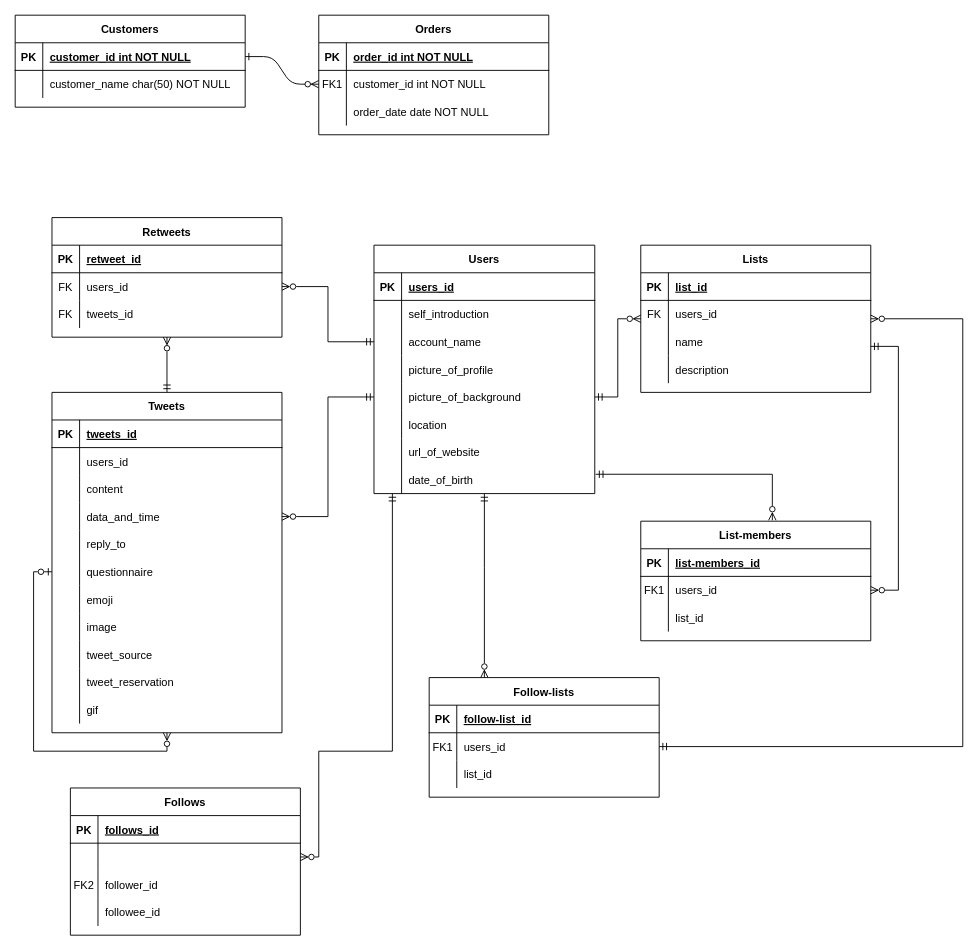
This is Untitled Diagram.drawio from umizaru/hello-world, a draw.io file, before an edit. Source tidied: cells renumbered, new cells numbered last; positions are measured from the earlier drawing's top-left corner, leaving out a move shared by most shapes. Both pictures are drawn from the tidied source at 92%, with x=0, y=0 at pixel (15, 15).
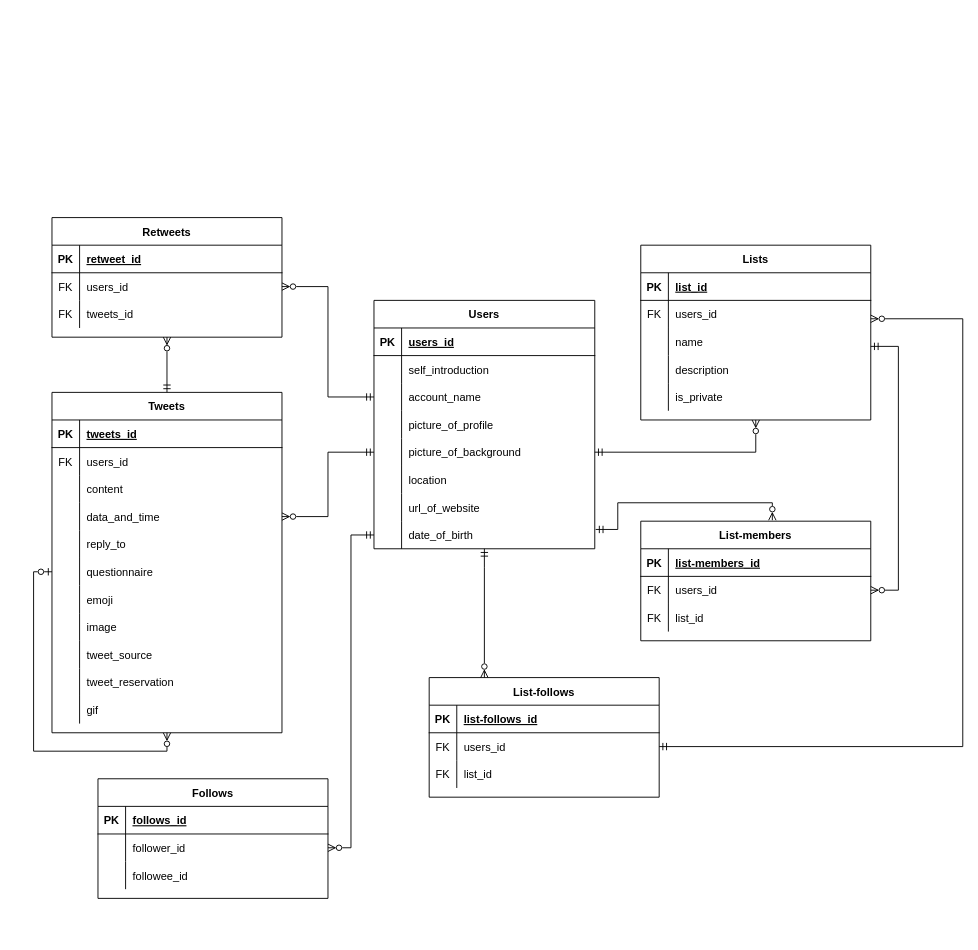
After the change.

Commit message (it also covers changes not shown here):
Untitled Diagram.drawio を更新します

Unchanged cells that the change refers to:
```xml
<mxCell id="49" style="shape=partialRectangle;fillColor=none;top=0;left=0;right=0;bottom=0;" parent="44" vertex="1">
  <mxGeometry y="60" width="250" height="30" as="geometry" />
</mxCell>
<mxCell id="94" style="shape=partialRectangle;fillColor=none;top=0;left=0;right=0;bottom=1;" parent="93" vertex="1">
  <mxGeometry y="30" width="250" height="30" as="geometry" />
</mxCell>
<mxCell id="97" style="shape=partialRectangle;fillColor=none;points=[[0,0.5],[1,0.5]];portConstraint=eastwest;top=0;left=0;right=0;bottom=0;" parent="93" vertex="1">
  <mxGeometry y="60" width="250" height="30" as="geometry" />
</mxCell>
<mxCell id="100" style="shape=partialRectangle;fillColor=none;top=0;left=0;right=0;bottom=0;" parent="93" vertex="1">
  <mxGeometry y="90" width="250" height="30" as="geometry" />
</mxCell>
<mxCell id="107" style="shape=partialRectangle;fillColor=none;points=[[0,0.5],[1,0.5]];portConstraint=eastwest;top=0;left=0;right=0;bottom=0;" parent="103" vertex="1">
  <mxGeometry y="60" width="250" height="30" as="geometry" />
</mxCell>
<mxCell id="110" style="shape=partialRectangle;fillColor=none;top=0;left=0;right=0;bottom=0;" parent="103" vertex="1">
  <mxGeometry y="90" width="250" height="30" as="geometry" />
</mxCell>
<mxCell id="136" style="shape=partialRectangle;fillColor=none;points=[[0,0.5],[1,0.5]];portConstraint=eastwest;top=0;left=0;right=0;bottom=0;" parent="114" vertex="1">
  <mxGeometry y="240" width="240" height="30" as="geometry" />
</mxCell>
```

The edit, as a diff of the source:
```diff
@@
-    <mxCell id="2" style="edgeStyle=entityRelationEdgeStyle;endArrow=ERzeroToMany;startArrow=ERone;endFill=1;startFill=0;" parent="1" edge="1" source="14" target="7">
-      <mxGeometry relative="1" as="geometry" />
-    </mxCell>
-    <mxCell id="3" value="Orders" style="shape=table;startSize=30;childLayout=tableLayout;rowLines=0;fontStyle=1;align=center;" parent="1" vertex="1">
-      <mxGeometry x="330" width="250" height="130" as="geometry" />
-    </mxCell>
-    <mxCell id="4" style="shape=partialRectangle;fillColor=none;top=0;left=0;right=0;bottom=1;" parent="3" vertex="1">
-      <mxGeometry y="30" width="250" height="30" as="geometry" />
-    </mxCell>
-    <mxCell id="5" value="PK" style="shape=partialRectangle;overflow=hidden;fillColor=none;top=0;left=0;bottom=0;right=0;fontStyle=1;" parent="4" vertex="1">
-      <mxGeometry width="30" height="30" as="geometry" />
-    </mxCell>
-    <mxCell id="6" value="order_id int NOT NULL " style="shape=partialRectangle;overflow=hidden;fillColor=none;top=0;left=0;bottom=0;right=0;align=left;spacingLeft=6;fontStyle=5;" parent="4" vertex="1">
-      <mxGeometry x="30" width="220" height="30" as="geometry" />
-    </mxCell>
-    <mxCell id="7" style="shape=partialRectangle;fillColor=none;points=[[0,0.5],[1,0.5]];portConstraint=eastwest;top=0;left=0;right=0;bottom=0;" parent="3" vertex="1">
-      <mxGeometry y="60" width="250" height="30" as="geometry" />
-    </mxCell>
-    <mxCell id="8" value="FK1" style="shape=partialRectangle;overflow=hidden;fillColor=none;top=0;left=0;bottom=0;right=0;" parent="7" vertex="1">
-      <mxGeometry width="30" height="30" as="geometry" />
-    </mxCell>
-    <mxCell id="9" value="customer_id int NOT NULL" style="shape=partialRectangle;overflow=hidden;fillColor=none;top=0;left=0;bottom=0;right=0;align=left;spacingLeft=6;" parent="7" vertex="1">
-      <mxGeometry x="30" width="220" height="30" as="geometry" />
-    </mxCell>
-    <mxCell id="10" style="shape=partialRectangle;fillColor=none;top=0;left=0;right=0;bottom=0;" parent="3" vertex="1">
-      <mxGeometry y="90" width="250" height="30" as="geometry" />
-    </mxCell>
-    <mxCell id="11" style="shape=partialRectangle;overflow=hidden;fillColor=none;top=0;left=0;bottom=0;right=0;" parent="10" vertex="1">
-      <mxGeometry width="30" height="30" as="geometry" />
-    </mxCell>
-    <mxCell id="12" value="order_date date NOT NULL" style="shape=partialRectangle;overflow=hidden;fillColor=none;top=0;left=0;bottom=0;right=0;align=left;spacingLeft=6;" parent="10" vertex="1">
-      <mxGeometry x="30" width="220" height="30" as="geometry" />
-    </mxCell>
-    <mxCell id="13" value="Customers" style="shape=table;startSize=30;childLayout=tableLayout;rowLines=0;fontStyle=1;align=center;" parent="1" vertex="1">
-      <mxGeometry width="250" height="100" as="geometry" />
-    </mxCell>
-    <mxCell id="14" style="shape=partialRectangle;fillColor=none;points=[[0,0.5],[1,0.5]];portConstraint=eastwest;top=0;left=0;right=0;bottom=1;" parent="13" vertex="1">
-      <mxGeometry y="30" width="250" height="30" as="geometry" />
-    </mxCell>
-    <mxCell id="15" value="PK" style="shape=partialRectangle;overflow=hidden;fillColor=none;top=0;left=0;bottom=0;right=0;fontStyle=1;" parent="14" vertex="1">
-      <mxGeometry width="30" height="30" as="geometry" />
-    </mxCell>
-    <mxCell id="16" value="customer_id int NOT NULL " style="shape=partialRectangle;overflow=hidden;fillColor=none;top=0;left=0;bottom=0;right=0;align=left;spacingLeft=6;fontStyle=5;" parent="14" vertex="1">
-      <mxGeometry x="30" width="220" height="30" as="geometry" />
-    </mxCell>
-    <mxCell id="17" style="shape=partialRectangle;fillColor=none;top=0;left=0;right=0;bottom=0;" parent="13" vertex="1">
-      <mxGeometry y="60" width="250" height="30" as="geometry" />
-    </mxCell>
-    <mxCell id="18" style="shape=partialRectangle;overflow=hidden;fillColor=none;top=0;left=0;bottom=0;right=0;" parent="17" vertex="1">
-      <mxGeometry width="30" height="30" as="geometry" />
-    </mxCell>
-    <mxCell id="19" value="customer_name char(50) NOT NULL" style="shape=partialRectangle;overflow=hidden;fillColor=none;top=0;left=0;bottom=0;right=0;align=left;spacingLeft=6;" parent="17" vertex="1">
-      <mxGeometry x="30" width="220" height="30" as="geometry" />
-    </mxCell>
@@
     <mxCell id="30" value="Follows" style="shape=table;startSize=30;childLayout=tableLayout;rowLines=0;fontStyle=1;align=center;" parent="1" vertex="1">
-      <mxGeometry x="60" y="840" width="250" height="160" as="geometry" />
+      <mxGeometry x="90" y="830" width="250" height="130" as="geometry" />
     </mxCell>
@@
-    <mxCell id="34" style="shape=partialRectangle;fillColor=none;points=[[0,0.5],[1,0.5]];portConstraint=eastwest;top=0;left=0;right=0;bottom=0;" parent="30" vertex="1">
-      <mxGeometry y="60" width="250" height="30" as="geometry" />
-    </mxCell>
-    <mxCell id="35" style="shape=partialRectangle;overflow=hidden;fillColor=none;top=0;left=0;bottom=0;right=0;" parent="34" vertex="1">
-      <mxGeometry width="30" height="30" as="geometry" />
-    </mxCell>
-    <mxCell id="36" style="shape=partialRectangle;overflow=hidden;fillColor=none;top=0;left=0;bottom=0;right=0;align=left;spacingLeft=6;" parent="34" vertex="1">
-      <mxGeometry x="30" width="220" height="30" as="geometry" />
-    </mxCell>
     <mxCell id="37" style="shape=partialRectangle;fillColor=none;points=[[0,0.5],[1,0.5]];portConstraint=eastwest;top=0;left=0;right=0;bottom=0;" parent="30" vertex="1">
-      <mxGeometry y="90" width="250" height="30" as="geometry" />
+      <mxGeometry y="60" width="250" height="30" as="geometry" />
     </mxCell>
-    <mxCell id="38" value="FK2" style="shape=partialRectangle;overflow=hidden;fillColor=none;top=0;left=0;bottom=0;right=0;" parent="37" vertex="1">
+    <mxCell id="38" style="shape=partialRectangle;overflow=hidden;fillColor=none;top=0;left=0;bottom=0;right=0;" parent="37" vertex="1">
       <mxGeometry width="30" height="30" as="geometry" />
     </mxCell>
@@
     <mxCell id="40" style="shape=partialRectangle;fillColor=none;top=0;left=0;right=0;bottom=0;" parent="30" vertex="1">
-      <mxGeometry y="120" width="250" height="30" as="geometry" />
+      <mxGeometry y="90" width="250" height="30" as="geometry" />
     </mxCell>
@@
-    <mxCell id="50" style="shape=partialRectangle;overflow=hidden;fillColor=none;top=0;left=0;bottom=0;right=0;" parent="49" vertex="1">
+    <mxCell id="50" value="FK" style="shape=partialRectangle;overflow=hidden;fillColor=none;top=0;left=0;bottom=0;right=0;" parent="49" vertex="1">
       <mxGeometry width="30" height="30" as="geometry" />
     </mxCell>
@@
     <mxCell id="80" value="Lists" style="shape=table;startSize=30;childLayout=tableLayout;rowLines=0;fontStyle=1;align=center;" parent="1" vertex="1">
-      <mxGeometry x="680" y="250" width="250" height="160" as="geometry" />
+      <mxGeometry x="680" y="250" width="250" height="190" as="geometry" />
     </mxCell>
@@
+    <mxCell id="145" style="shape=partialRectangle;fillColor=none;top=0;left=0;right=0;bottom=0;" parent="80" vertex="1">
+      <mxGeometry y="150" width="250" height="30" as="geometry" />
+    </mxCell>
+    <mxCell id="146" style="shape=partialRectangle;overflow=hidden;fillColor=none;top=0;left=0;bottom=0;right=0;" parent="145" vertex="1">
+      <mxGeometry width="30" height="30" as="geometry" />
+    </mxCell>
+    <mxCell id="147" value="is_private" style="shape=partialRectangle;overflow=hidden;fillColor=none;top=0;left=0;bottom=0;right=0;align=left;spacingLeft=6;" parent="145" vertex="1">
+      <mxGeometry x="30" width="220" height="30" as="geometry" />
+    </mxCell>
-    <mxCell id="93" value="Follow-lists" style="shape=table;startSize=30;childLayout=tableLayout;rowLines=0;fontStyle=1;align=center;" parent="1" vertex="1">
+    <mxCell id="93" value="List-follows" style="shape=table;startSize=30;childLayout=tableLayout;rowLines=0;fontStyle=1;align=center;" parent="1" vertex="1">
       <mxGeometry x="450" y="720" width="250" height="130" as="geometry" />
     </mxCell>
@@
-    <mxCell id="96" value="follow-list_id" style="shape=partialRectangle;overflow=hidden;fillColor=none;top=0;left=0;bottom=0;right=0;align=left;spacingLeft=6;fontStyle=5;" parent="94" vertex="1">
+    <mxCell id="96" value="list-follows_id" style="shape=partialRectangle;overflow=hidden;fillColor=none;top=0;left=0;bottom=0;right=0;align=left;spacingLeft=6;fontStyle=5;" parent="94" vertex="1">
       <mxGeometry x="30" width="220" height="30" as="geometry" />
     </mxCell>
@@
-    <mxCell id="98" value="FK1" style="shape=partialRectangle;overflow=hidden;fillColor=none;top=0;left=0;bottom=0;right=0;" parent="97" vertex="1">
+    <mxCell id="98" value="FK" style="shape=partialRectangle;overflow=hidden;fillColor=none;top=0;left=0;bottom=0;right=0;" parent="97" vertex="1">
       <mxGeometry width="30" height="30" as="geometry" />
     </mxCell>
@@
-    <mxCell id="101" style="shape=partialRectangle;overflow=hidden;fillColor=none;top=0;left=0;bottom=0;right=0;" parent="100" vertex="1">
+    <mxCell id="101" value="FK" style="shape=partialRectangle;overflow=hidden;fillColor=none;top=0;left=0;bottom=0;right=0;" parent="100" vertex="1">
       <mxGeometry width="30" height="30" as="geometry" />
     </mxCell>
@@
-    <mxCell id="108" value="FK1" style="shape=partialRectangle;overflow=hidden;fillColor=none;top=0;left=0;bottom=0;right=0;" parent="107" vertex="1">
+    <mxCell id="108" value="FK" style="shape=partialRectangle;overflow=hidden;fillColor=none;top=0;left=0;bottom=0;right=0;" parent="107" vertex="1">
       <mxGeometry width="30" height="30" as="geometry" />
     </mxCell>
@@
-    <mxCell id="111" style="shape=partialRectangle;overflow=hidden;fillColor=none;top=0;left=0;bottom=0;right=0;" parent="110" vertex="1">
+    <mxCell id="111" value="FK" style="shape=partialRectangle;overflow=hidden;fillColor=none;top=0;left=0;bottom=0;right=0;" parent="110" vertex="1">
       <mxGeometry width="30" height="30" as="geometry" />
     </mxCell>
@@
-    <mxCell id="113" style="edgeStyle=orthogonalEdgeStyle;rounded=0;jettySize=auto;html=1;entryX=1;entryY=0.5;entryDx=0;entryDy=0;startArrow=ERmandOne;startFill=0;endArrow=ERzeroToMany;endFill=0;" parent="1" edge="1" source="114" target="34">
-      <mxGeometry relative="1" as="geometry">
-        <Array as="points">
-          <mxPoint x="410" y="800" />
-          <mxPoint x="330" y="800" />
-          <mxPoint x="330" y="915" />
-        </Array>
-      </mxGeometry>
-    </mxCell>
     <mxCell id="114" value="Users" style="shape=table;startSize=30;childLayout=tableLayout;rowLines=0;fontStyle=1;align=center;" parent="1" vertex="1">
-      <mxGeometry x="390" y="250" width="240" height="270" as="geometry" />
+      <mxGeometry x="390" y="310" width="240" height="270" as="geometry" />
     </mxCell>
@@
     <mxCell id="143" style="edgeStyle=orthogonalEdgeStyle;rounded=0;jettySize=auto;html=1;startArrow=ERmandOne;startFill=0;endArrow=ERzeroToMany;endFill=0;" parent="1" edge="1" target="93">
       <mxGeometry relative="1" as="geometry">
-        <mxPoint x="510" y="520" as="sourcePoint" />
+        <mxPoint x="510" y="580" as="sourcePoint" />
         <Array as="points">
           <mxPoint x="510" y="600" />
           <mxPoint x="510" y="600" />
         </Array>
       </mxGeometry>
     </mxCell>
@@
+    <mxCell id="148" style="edgeStyle=orthogonalEdgeStyle;rounded=0;jettySize=auto;html=1;entryX=1;entryY=0.5;entryDx=0;entryDy=0;startArrow=ERmandOne;startFill=0;endArrow=ERzeroToMany;endFill=0;" parent="1" edge="1" source="136" target="37">
+      <mxGeometry relative="1" as="geometry" />
+    </mxCell>
```
